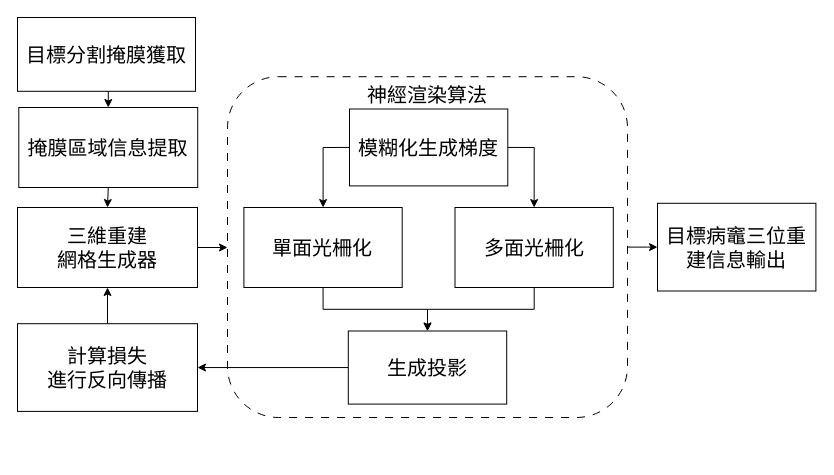
Earlier version of the draw.io diagram page "第 2 页" (2 of 2) of 3DNR.drawio (GPL1024/BigNews). Source tidied: cells renumbered, new cells numbered last; positions are measured from the earlier drawing's top-left corner, leaving out a move shared by most shapes. Both pictures are drawn from the tidied source at 100%, with x=0, y=0 at pixel (17, 17).
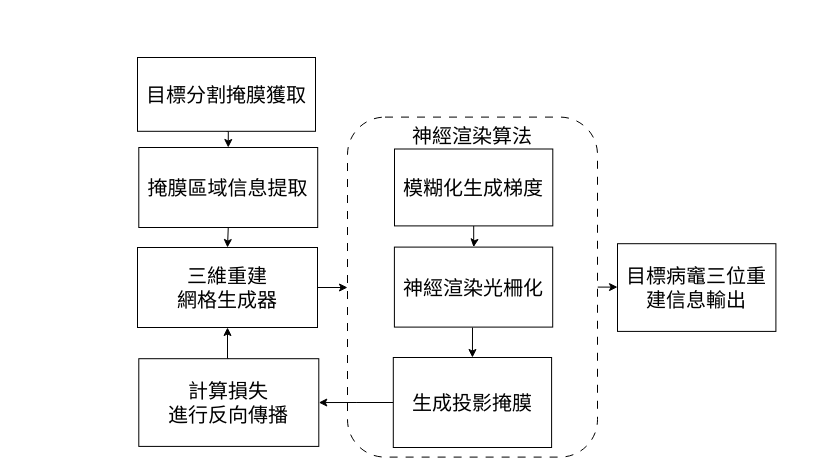
The same diagram, later.

Diff of the diagram source:
```diff
@@
     <mxCell id="3" value="神經渲染算法" style="rounded=1;whiteSpace=wrap;html=1;verticalAlign=top;dashed=1;dashPattern=8 8;fontSize=20;" parent="1" vertex="1">
-      <mxGeometry x="210" y="59.2" width="400" height="340.8" as="geometry" />
+      <mxGeometry x="330" y="99.6" width="250" height="340" as="geometry" />
     </mxCell>
@@
     <mxCell id="5" value="目標分割掩膜獲取" style="rounded=0;whiteSpace=wrap;html=1;fontSize=20;" parent="1" vertex="1">
-      <mxGeometry width="178" height="73.8" as="geometry" />
+      <mxGeometry x="120" y="40" width="178" height="73.8" as="geometry" />
     </mxCell>
@@
     <mxCell id="7" value="掩膜區域信息提取" style="rounded=0;whiteSpace=wrap;html=1;fontSize=20;" parent="1" vertex="1">
-      <mxGeometry x="1.3" y="90" width="178.9" height="80" as="geometry" />
+      <mxGeometry x="121.3" y="130" width="178.9" height="80" as="geometry" />
     </mxCell>
@@
     <mxCell id="9" value="三維重建&lt;br&gt;網格生成器" style="rounded=0;whiteSpace=wrap;html=1;verticalAlign=middle;fontSize=20;" parent="1" vertex="1">
-      <mxGeometry y="190" width="180" height="80" as="geometry" />
+      <mxGeometry x="120" y="230" width="180" height="80" as="geometry" />
     </mxCell>
     <mxCell id="10" value="目標病竈三位重建信息輸出" style="rounded=0;whiteSpace=wrap;html=1;fontSize=20;" parent="1" vertex="1">
-      <mxGeometry x="640" y="185.8" width="158.4" height="87.7" as="geometry" />
+      <mxGeometry x="600" y="226.2" width="158.4" height="87.7" as="geometry" />
     </mxCell>
@@
     <mxCell id="12" value="計算損失&lt;br&gt;進行反向傳播" style="rounded=0;whiteSpace=wrap;html=1;fontSize=20;" parent="1" vertex="1">
-      <mxGeometry y="306.2" width="180" height="87.7" as="geometry" />
+      <mxGeometry x="121.3" y="341.2" width="180" height="87.7" as="geometry" />
     </mxCell>
@@
-    <mxCell id="14" value="生成投影" style="rounded=0;whiteSpace=wrap;html=1;fontSize=20;" parent="1" vertex="1">
-      <mxGeometry x="330.8" y="313.5" width="158.4" height="73.1" as="geometry" />
+    <mxCell id="14" value="生成投影掩膜" style="rounded=0;whiteSpace=wrap;html=1;fontSize=20;" parent="1" vertex="1">
+      <mxGeometry x="375.8" y="340" width="158.3" height="90" as="geometry" />
     </mxCell>
-    <mxCell id="15" style="edgeStyle=orthogonalEdgeStyle;rounded=0;jettySize=auto;html=1;exitX=0.5;exitY=1;exitDx=0;exitDy=0;entryX=0.5;entryY=0;entryDx=0;entryDy=0;fontSize=20;" parent="1" edge="1" source="16" target="14">
-      <mxGeometry relative="1" as="geometry" />
-    </mxCell>
-    <mxCell id="16" value="單面光柵化" style="rounded=0;whiteSpace=wrap;html=1;fontSize=20;" parent="1" vertex="1">
-      <mxGeometry x="226.4" y="190" width="158.3" height="80" as="geometry" />
-    </mxCell>
-    <mxCell id="17" style="edgeStyle=orthogonalEdgeStyle;rounded=0;jettySize=auto;html=1;entryX=0.5;entryY=0;entryDx=0;entryDy=0;" parent="1" edge="1" source="18" target="14">
-      <mxGeometry relative="1" as="geometry" />
+    <mxCell id="17" style="edgeStyle=orthogonalEdgeStyle;rounded=0;jettySize=auto;html=1;entryX=0.5;entryY=0;entryDx=0;entryDy=0;" parent="1" edge="1" target="14">
+      <mxGeometry relative="1" as="geometry">
+        <mxPoint x="455" y="310" as="sourcePoint" />
+      </mxGeometry>
     </mxCell>
-    <mxCell id="18" value="多面光柵化" style="rounded=0;whiteSpace=wrap;html=1;fontSize=20;" parent="1" vertex="1">
-      <mxGeometry x="437.5" y="190" width="158.3" height="80" as="geometry" />
-    </mxCell>
-    <mxCell id="19" style="edgeStyle=orthogonalEdgeStyle;rounded=0;jettySize=auto;html=1;exitX=0;exitY=0.5;exitDx=0;exitDy=0;fontSize=20;" parent="1" edge="1" source="21" target="16">
-      <mxGeometry relative="1" as="geometry" />
-    </mxCell>
-    <mxCell id="20" style="edgeStyle=orthogonalEdgeStyle;rounded=0;jettySize=auto;html=1;exitX=1;exitY=0.5;exitDx=0;exitDy=0;entryX=0.5;entryY=0;entryDx=0;entryDy=0;fontSize=20;" parent="1" edge="1" source="21" target="18">
-      <mxGeometry relative="1" as="geometry" />
-    </mxCell>
+    <mxCell id="22" style="edgeStyle=orthogonalEdgeStyle;rounded=0;jettySize=auto;html=1;entryX=0.5;entryY=0;entryDx=0;entryDy=0;" parent="1" edge="1" source="21" target="23">
+      <mxGeometry relative="1" as="geometry" />
+    </mxCell>
     <mxCell id="21" value="模糊化生成梯度" style="rounded=0;whiteSpace=wrap;html=1;fontSize=20;" parent="1" vertex="1">
-      <mxGeometry x="332" y="91.5" width="158.3" height="76.9" as="geometry" />
+      <mxGeometry x="377" y="131.5" width="158.3" height="76.9" as="geometry" />
     </mxCell>
+    <mxCell id="23" value="神經渲染光柵化" style="rounded=0;whiteSpace=wrap;html=1;fontSize=20;" parent="1" vertex="1">
+      <mxGeometry x="376.9" y="229.6" width="158.3" height="80" as="geometry" />
+    </mxCell>
```
